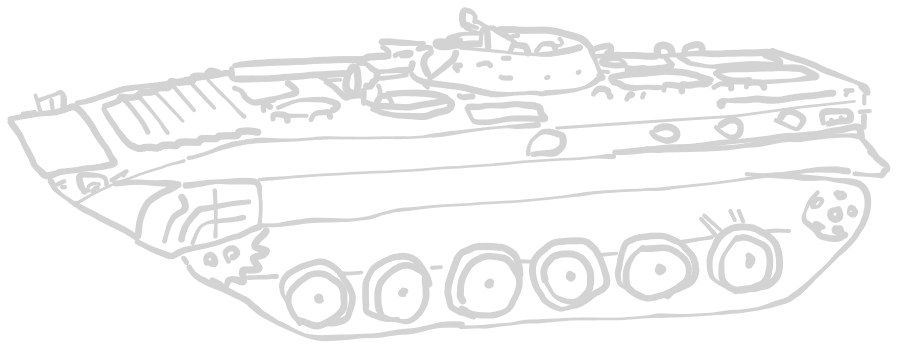
Before: factions/ressources/bmp1.excalidraw.png, a diagram exported from Excalidraw (christsven/H.E.A.T). Source tidied: one line per element, renumbered; positions are measured from the earlier drawing's top-left corner, leaving out a move shared by most shapes.
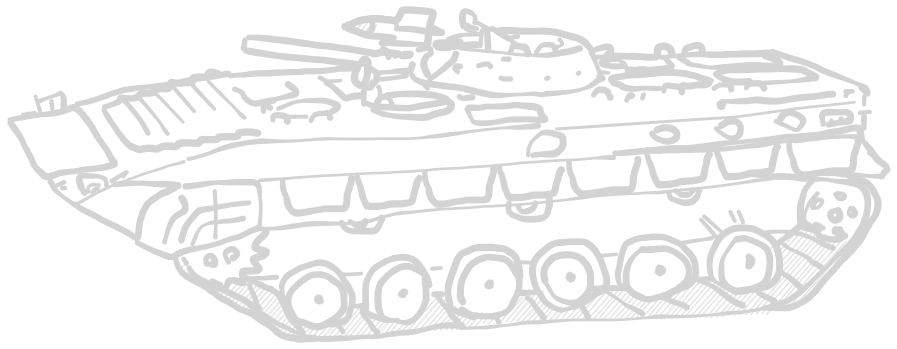
The same diagram one commit later.

What changed in the source:
```diff
@@ -27,4 +27,4 @@
 {"id": 26, "type": "freedraw", "strokeColor": "#1e1e1e", "strokeWidth": 1, "roughness": 1, "x": 385, "y": 46, "width": 16, "height": 3, "points": [[0, 0], [0, 0], [0, -1], [2, -3], [4, -3], [10, -3], [10, -3], [10, -3], [12, -3], [14, -3], [15, -3], [16, -3], [16, -3], [16, -3], [16, -3], [16, -2], [16, -2], [16, -2], [16, -2], [16, -1], [15, -1], [15, -1], [15, -1], [14, -1], [12, 0], [10, 0], [8, 0], [7, 0], [7, 0], [7, 0]]}
-{"id": 27, "type": "freedraw", "strokeColor": "#1e1e1e", "strokeWidth": 1, "roughness": 1, "x": 225, "y": 56, "width": 151, "height": 9, "points": [[0, 0], [3, -1], [10, -1], [16, -2], [23, -2], [29, -2], [35, -3], [43, -3], [50, -3], [58, -4], [69, -4], [77, -5], [83, -5], [91, -5], [98, -6], [106, -6], [115, -6], [120, -6], [124, -6], [127, -6], [128, -6], [131, -7], [135, -9], [141, -9], [146, -9], [150, -9]]}
+{"id": 27, "type": "freedraw", "strokeColor": "#1e1e1e", "angle": 0.17, "strokeWidth": 1, "roughness": 1, "x": 238, "y": 40, "width": 151, "height": 9, "points": [[0, 0], [3, -1], [10, -1], [16, -2], [23, -2], [29, -2], [35, -3], [43, -3], [50, -3], [58, -4], [69, -4], [77, -5], [83, -5], [91, -5], [98, -6], [106, -6], [115, -6], [120, -6], [124, -6], [127, -6], [128, -6], [131, -7], [135, -9], [141, -9], [146, -9], [150, -9]]}
-{"id": 28, "type": "freedraw", "strokeColor": "#1e1e1e", "strokeWidth": 1, "roughness": 1, "x": 222, "y": 59, "width": 127, "height": 27, "points": [[0, 0], [0, 4], [0, 9], [4, 10], [10, 10], [23, 10], [38, 10], [50, 9], [64, 8], [78, 7], [89, 6], [99, 5], [110, 5], [116, 4], [114, 13], [114, 18], [117, 23], [122, 25], [126, 19], [126, 10], [125, 1], [123, -2], [120, -1], [119, 1]]}
+{"id": 28, "type": "freedraw", "strokeColor": "#1e1e1e", "angle": 0.17, "strokeWidth": 1, "roughness": 1, "x": 232, "y": 40, "width": 127, "height": 27, "points": [[0, 0], [0, 4], [0, 9], [4, 10], [10, 10], [23, 10], [38, 10], [50, 9], [64, 8], [78, 7], [89, 6], [99, 5], [110, 5], [116, 4], [114, 13], [114, 18], [117, 23], [122, 25], [126, 19], [126, 10], [125, 1], [123, -2], [120, -1], [119, 1]]}
 {"id": 29, "type": "freedraw", "strokeColor": "#1e1e1e", "strokeWidth": 1, "roughness": 1, "x": 348, "y": 54, "width": 19, "height": 23, "points": [[0, 0], [8, 0], [10, 2], [11, 3], [12, 4], [13, 5], [14, 5], [15, 5], [16, 6], [17, 7], [17, 8], [18, 9], [18, 10], [19, 11], [19, 12], [19, 13], [19, 14], [18, 15], [18, 16], [17, 16], [16, 17], [14, 18], [13, 21], [13, 21], [12, 22], [11, 23], [10, 23], [8, 23]]}
@@ -109,3 +109,3 @@
 {"id": 108, "type": "freedraw", "strokeColor": "#1e1e1e", "strokeWidth": 1, "roughness": 1, "x": 154, "y": 231, "width": 21, "height": 44, "points": [[0, 0], [3, -10], [4, -14], [5, -17], [7, -20], [8, -22], [10, -24], [12, -26], [14, -28], [16, -29], [18, -29], [19, -31], [20, -31], [20, -31], [21, -31], [21, -33], [21, -35], [20, -38], [20, -39], [20, -41], [19, -42], [19, -43], [18, -43], [17, -44]]}
-{"id": 109, "type": "freedraw", "strokeColor": "#1e1e1e", "strokeWidth": 1, "roughness": 1, "x": 252, "y": 216, "width": 586, "height": 56, "points": [[0, 0], [15, 0], [27, -2], [43, -4], [59, -5], [81, -5], [105, -7], [128, -14], [149, -17], [189, -20], [224, -23], [255, -24], [291, -27], [316, -31], [343, -34], [377, -36], [398, -36], [427, -40], [459, -43], [483, -47], [505, -49], [533, -54], [547, -55], [557, -56], [566, -56], [574, -56], [578, -56], [585, -54]]}
+{"id": 109, "type": "freedraw", "strokeColor": "#1e1e1e", "strokeWidth": 1, "roughness": 1, "x": 252, "y": 218, "width": 586, "height": 56, "points": [[0, 0], [15, 0], [27, -2], [43, -4], [59, -5], [81, -5], [105, -7], [128, -14], [149, -17], [189, -20], [224, -23], [255, -24], [291, -27], [316, -31], [343, -34], [377, -36], [398, -36], [427, -40], [459, -43], [483, -47], [505, -49], [533, -54], [547, -55], [557, -56], [566, -56], [574, -56], [578, -56], [585, -54]]}
 {"id": 110, "type": "freedraw", "strokeColor": "#1e1e1e", "strokeWidth": 1, "roughness": 1, "x": 249, "y": 170, "width": 355, "height": 23, "points": [[0, 0], [3, 0], [13, -1], [27, -2], [43, -3], [56, -4], [79, -5], [100, -7], [123, -8], [141, -9], [163, -10], [182, -12], [202, -12], [217, -14], [233, -15], [245, -16], [261, -17], [273, -19], [287, -19], [301, -20], [321, -21], [336, -23], [343, -23], [346, -23], [351, -23], [355, -23]]}
@@ -165,1 +165,49 @@
 {"id": 164, "type": "freedraw", "strokeColor": "#1e1e1e", "strokeWidth": 1, "roughness": 1, "x": 308, "y": 286, "width": 6, "height": 5, "points": [[0, 0], [0, 0], [-1, 0], [-1, 1], [-1, 1], [-2, 2], [-2, 2], [-2, 2], [-2, 2], [-2, 3], [-2, 3], [-2, 3], [-1, 3], [-1, 4], [-1, 4], [-1, 4], [0, 5], [1, 5], [1, 5], [1, 5], [2, 5], [2, 5], [3, 4], [3, 4], [3, 4], [3, 4], [3, 4], [4, 4], [4, 3], [4, 3], [3, 2], [3, 2], [2, 2], [2, 2], [2, 2], [2, 2], [2, 2], [2, 1], [1, 1], [1, 1]]}
+{"id": 165, "type": "freedraw", "strokeColor": "#1e1e1e", "strokeWidth": 1, "roughness": 1, "x": 766, "y": 235, "width": 27, "height": 22, "points": [[0, 0], [1, 0], [1, -1], [2, -2], [2, -3], [3, -4], [4, -5], [5, -6], [6, -6], [6, -7], [7, -7], [8, -7], [8, -8], [9, -8], [9, -9], [10, -9], [11, -10], [13, -10], [13, -11], [13, -11], [13, -13], [15, -13], [15, -13], [17, -15], [19, -15], [20, -17], [21, -17], [22, -19], [23, -19], [24, -20], [25, -21], [26, -22], [27, -22], [27, -22]]}
+{"id": 166, "type": "freedraw", "strokeColor": "#1e1e1e", "strokeWidth": 1, "roughness": 1, "x": 804, "y": 168, "width": 14, "height": 50, "points": [[0, 0], [-1, 1], [-3, 3], [-5, 5], [-6, 6], [-7, 8], [-8, 10], [-9, 11], [-9, 13], [-10, 15], [-11, 17], [-11, 20], [-11, 22], [-13, 23], [-13, 25], [-13, 27], [-13, 29], [-13, 31], [-13, 33], [-13, 36], [-13, 38], [-13, 40], [-13, 42], [-13, 44], [-13, 45], [-12, 46], [-10, 47], [-10, 48], [-8, 49], [-6, 49], [-4, 49], [-2, 50], [0, 50], [1, 50]]}
+{"id": 167, "type": "freedraw", "strokeColor": "#1e1e1e", "strokeWidth": 1, "roughness": 1, "x": 785, "y": 222, "width": 38, "height": 15, "points": [[0, 0], [1, 0], [2, 0], [4, 1], [5, 1], [8, 1], [11, 3], [15, 5], [19, 6], [21, 7], [23, 9], [25, 9], [26, 10], [27, 11], [28, 11], [30, 12], [31, 12], [32, 13], [34, 13], [36, 14], [36, 14], [38, 14], [38, 15], [38, 15]]}
+{"id": 168, "type": "freedraw", "strokeColor": "#1e1e1e", "strokeWidth": 1, "roughness": 1, "x": 772, "y": 232, "width": 39, "height": 24, "points": [[0, 0], [1, 1], [3, 3], [7, 6], [10, 8], [13, 8], [16, 10], [18, 10], [22, 13], [24, 14], [26, 14], [26, 15], [26, 16], [28, 16], [28, 17], [29, 17], [29, 18], [30, 19], [31, 19], [32, 20], [33, 20], [34, 21], [35, 21], [36, 22], [37, 22], [37, 23], [38, 23], [39, 23], [39, 24], [39, 24]]}
+{"id": 169, "type": "freedraw", "strokeColor": "#1e1e1e", "strokeWidth": 1, "roughness": 1, "x": 770, "y": 260, "width": 20, "height": 15, "points": [[0, 0], [1, 1], [3, 2], [5, 3], [6, 4], [7, 4], [8, 5], [9, 5], [10, 6], [11, 7], [12, 8], [13, 8], [13, 9], [14, 9], [14, 10], [15, 10], [15, 11], [16, 11], [16, 13], [17, 13], [17, 13], [18, 13], [18, 15], [20, 15], [20, 15], [20, 15], [20, 15]]}
+{"id": 170, "type": "freedraw", "strokeColor": "#1e1e1e", "strokeWidth": 1, "roughness": 1, "x": 749, "y": 282, "width": 16, "height": 8, "points": [[0, 0], [1, 0], [3, 1], [3, 2], [6, 3], [7, 4], [8, 4], [9, 4], [10, 6], [11, 6], [12, 6], [13, 6], [14, 6], [14, 8], [15, 8], [15, 8], [16, 8], [16, 8]]}
+{"id": 171, "type": "freedraw", "strokeColor": "#1e1e1e", "strokeWidth": 1, "roughness": 1, "x": 685, "y": 269, "width": 17, "height": 1, "points": [[0, 0], [2, 0], [4, -1], [6, -1], [8, -1], [9, -1], [10, -1], [11, -1], [13, -1], [15, -1], [15, -1], [17, -1], [17, -1]]}
+{"id": 172, "type": "freedraw", "strokeColor": "#1e1e1e", "strokeWidth": 1, "roughness": 1, "x": 689, "y": 270, "width": 43, "height": 24, "points": [[0, 0], [1, 0], [2, 0], [3, 0], [6, 1], [8, 3], [12, 5], [15, 6], [16, 7], [17, 8], [18, 8], [19, 9], [20, 10], [21, 11], [23, 12], [24, 13], [25, 14], [26, 14], [26, 15], [27, 15], [29, 15], [29, 16], [29, 16], [29, 17], [31, 17], [31, 18], [31, 18], [33, 20], [33, 20], [35, 20], [36, 22], [37, 22], [38, 22], [38, 22], [39, 22], [40, 22], [41, 24], [42, 24], [43, 24], [43, 24], [43, 24]]}
+{"id": 173, "type": "freedraw", "strokeColor": "#1e1e1e", "strokeWidth": 1, "roughness": 1, "x": 651, "y": 286, "width": 26, "height": 11, "points": [[0, 0], [0, 1], [1, 1], [3, 2], [5, 3], [7, 3], [9, 4], [10, 5], [11, 5], [13, 6], [15, 6], [17, 7], [19, 7], [20, 8], [21, 8], [22, 8], [23, 9], [24, 9], [25, 10], [26, 10], [26, 11], [26, 11]]}
+{"id": 174, "type": "freedraw", "strokeColor": "#1e1e1e", "strokeWidth": 1, "roughness": 1, "x": 594, "y": 279, "width": 38, "height": 24, "points": [[0, 0], [1, 0], [3, 2], [7, 4], [11, 7], [15, 10], [20, 13], [22, 15], [22, 15], [24, 15], [24, 17], [26, 17], [26, 17], [29, 17], [30, 19], [32, 20], [33, 21], [34, 21], [35, 22], [36, 22], [37, 23], [38, 23], [38, 24], [38, 24]]}
+{"id": 175, "type": "freedraw", "strokeColor": "#1e1e1e", "strokeWidth": 1, "roughness": 1, "x": 618, "y": 279, "width": 34, "height": 1, "points": [[0, 0], [-1, 0], [-2, -1], [-3, -1], [-4, -1], [-5, -1], [-7, -1], [-9, -1], [-11, -1], [-13, -1], [-15, -1], [-17, -1], [-20, -1], [-21, -1], [-22, -1], [-23, -1], [-24, -1], [-25, -1], [-27, -1], [-28, -1], [-29, -1], [-30, -1], [-31, -1], [-32, -1], [-33, -1], [-34, -1], [-34, -1]]}
+{"id": 176, "type": "freedraw", "strokeColor": "#1e1e1e", "strokeWidth": 1, "roughness": 1, "x": 525, "y": 281, "width": 17, "height": 1, "points": [[0, 0], [-2, 0], [-3, 0], [-4, 0], [-6, 1], [-6, 1], [-8, 1], [-10, 1], [-10, 1], [-12, 1], [-13, 1], [-14, 1], [-15, 1], [-16, 1], [-17, 1], [-17, 1]]}
+{"id": 177, "type": "freedraw", "strokeColor": "#1e1e1e", "strokeWidth": 1, "roughness": 1, "x": 432, "y": 283, "width": 9, "height": 0, "points": [[0, 0], [-1, 0], [-3, 0], [-4, 0], [-5, 0], [-6, 0], [-7, 0], [-8, 0], [-8, 0], [-6, 0], [-6, 0], [-4, 0], [-2, 0], [-1, 0], [0, 0], [1, 0], [0, 0]]}
+{"id": 178, "type": "freedraw", "strokeColor": "#1e1e1e", "strokeWidth": 1, "roughness": 1, "x": 273, "y": 286, "width": 40, "height": 21, "points": [[0, 0], [0, -1], [-1, -1], [-2, -2], [-3, -2], [-4, -3], [-5, -3], [-6, -4], [-8, -5], [-9, -5], [-10, -6], [-11, -6], [-11, -7], [-13, -7], [-15, -8], [-17, -8], [-17, -9], [-19, -10], [-21, -10], [-22, -11], [-23, -13], [-24, -13], [-25, -13], [-26, -13], [-27, -13], [-27, -15], [-29, -15], [-31, -17], [-33, -17], [-34, -17], [-36, -17], [-36, -19], [-38, -19], [-38, -20], [-40, -20], [-40, -21], [-40, -21], [-40, -21]]}
+{"id": 179, "type": "freedraw", "strokeColor": "#1e1e1e", "strokeWidth": 1, "roughness": 1, "x": 239, "y": 274, "width": 10, "height": 24, "points": [[0, 0], [1, 1], [2, 3], [2, 5], [3, 7], [4, 9], [5, 11], [5, 12], [6, 13], [6, 14], [6, 16], [7, 20], [8, 20], [8, 22], [9, 22], [9, 24], [10, 24], [10, 24]]}
+{"id": 180, "type": "freedraw", "strokeColor": "#1e1e1e", "strokeWidth": 1, "roughness": 1, "x": 261, "y": 277, "width": 31, "height": 45, "points": [[0, 0], [1, 1], [2, 3], [4, 4], [6, 6], [8, 7], [8, 9], [10, 10], [10, 13], [12, 15], [13, 17], [14, 19], [14, 20], [15, 21], [15, 22], [16, 24], [16, 25], [17, 26], [18, 27], [18, 28], [19, 29], [19, 30], [20, 30], [20, 31], [21, 32], [22, 33], [23, 34], [24, 36], [25, 36], [26, 38], [26, 38], [27, 38], [27, 40], [29, 40], [29, 40], [29, 42], [29, 42], [31, 42], [31, 44], [31, 45], [31, 45]]}
+{"id": 181, "type": "freedraw", "strokeColor": "#1e1e1e", "strokeWidth": 1, "roughness": 1, "x": 329, "y": 313, "width": 5, "height": 8, "points": [[0, 0], [0, 1], [0, 3], [1, 4], [3, 6], [3, 8], [5, 8], [5, 8]]}
+{"id": 182, "type": "freedraw", "strokeColor": "#1e1e1e", "strokeWidth": 1, "roughness": 1, "x": 346, "y": 295, "width": 7, "height": 1, "points": [[0, 0], [1, 0], [2, 0], [3, 0], [4, 0], [5, 0], [6, 0], [7, -1], [7, -1]]}
+{"id": 183, "type": "freedraw", "strokeColor": "#1e1e1e", "strokeWidth": 1, "roughness": 1, "x": 352, "y": 296, "width": 16, "height": 26, "points": [[0, 0], [0, 1], [-1, 1], [-1, 2], [-1, 3], [-1, 5], [0, 7], [2, 10], [5, 13], [7, 15], [7, 15], [8, 17], [8, 17], [9, 19], [10, 21], [11, 22], [13, 23], [13, 24], [13, 24], [13, 25], [15, 26], [15, 26], [15, 26]]}
+{"id": 184, "type": "freedraw", "strokeColor": "#1e1e1e", "strokeWidth": 1, "roughness": 1, "x": 398, "y": 311, "width": 3, "height": 4, "points": [[0, 0], [0, 1], [1, 2], [2, 3], [2, 4], [3, 4], [0, 0]]}
+{"id": 185, "type": "freedraw", "strokeColor": "#1e1e1e", "strokeWidth": 1, "roughness": 1, "x": 428, "y": 287, "width": 20, "height": 24, "points": [[0, 0], [1, 1], [2, 3], [3, 3], [4, 6], [6, 8], [8, 10], [10, 11], [10, 13], [12, 14], [12, 16], [13, 17], [14, 18], [15, 18], [15, 20], [16, 20], [17, 22], [18, 22], [19, 24], [20, 24], [20, 24]]}
+{"id": 186, "type": "freedraw", "strokeColor": "#1e1e1e", "strokeWidth": 1, "roughness": 1, "x": 484, "y": 304, "width": 5, "height": 7, "points": [[0, 0], [1, 0], [2, 1], [2, 2], [3, 3], [3, 4], [4, 4], [4, 5], [5, 6], [5, 7], [5, 7]]}
+{"id": 187, "type": "freedraw", "strokeColor": "#1e1e1e", "strokeWidth": 1, "roughness": 1, "x": 517, "y": 287, "width": 17, "height": 20, "points": [[0, 0], [1, 0], [2, 1], [3, 1], [4, 3], [5, 3], [6, 6], [7, 8], [8, 9], [9, 11], [10, 12], [11, 13], [13, 14], [13, 15], [13, 16], [15, 17], [15, 18], [15, 20], [17, 20], [17, 20]]}
+{"id": 188, "type": "freedraw", "strokeColor": "#1e1e1e", "strokeWidth": 1, "roughness": 1, "x": 570, "y": 291, "width": 8, "height": 15, "points": [[0, 0], [1, 1], [1, 1], [1, 3], [1, 3], [2, 5], [2, 6], [3, 7], [3, 8], [4, 9], [4, 10], [6, 10], [6, 11], [6, 11], [6, 12], [6, 13], [8, 13], [8, 14], [8, 15], [8, 15]]}
+{"id": 189, "type": "freedraw", "strokeColor": "#1e1e1e", "strokeWidth": 1, "roughness": 1, "x": 165, "y": 247, "width": 140, "height": 81, "points": [[0, 0], [1, 5], [5, 11], [9, 17], [16, 21], [26, 26], [32, 29], [37, 34], [44, 38], [53, 44], [61, 48], [66, 52], [73, 54], [78, 57], [82, 60], [88, 63], [94, 66], [98, 69], [101, 73], [107, 77], [113, 79], [120, 80], [126, 81], [132, 80], [138, 80]]}
+{"id": 190, "type": "freedraw", "strokeColor": "#1e1e1e", "strokeWidth": 1, "roughness": 1, "x": 755, "y": 297, "width": 113, "height": 131, "points": [[0, 0], [7, 0], [17, 0], [24, -1], [31, -3], [38, -6], [46, -12], [52, -19], [58, -28], [63, -33], [69, -39], [75, -46], [80, -50], [85, -56], [91, -63], [95, -69], [100, -77], [104, -85], [108, -90], [111, -96], [113, -102], [112, -111], [108, -117], [105, -122], [99, -127], [93, -129], [86, -131]]}
+{"id": 191, "type": "freedraw", "strokeColor": "#1e1e1e", "strokeWidth": 1, "roughness": 1, "x": 509, "y": 195, "width": 17, "height": 8, "points": [[0, 0], [-1, 1], [-1, 2], [0, 2], [0, 3], [1, 4], [2, 4], [2, 6], [3, 6], [5, 6], [6, 6], [7, 6], [8, 6], [9, 6], [10, 5], [12, 5], [13, 5], [13, 3], [14, 3], [15, 2], [15, 1], [17, 1], [17, 0], [17, -2], [17, -2], [17, -2]]}
+{"id": 192, "type": "freedraw", "strokeColor": "#1e1e1e", "strokeWidth": 1, "roughness": 1, "x": 666, "y": 180, "width": 17, "height": 5, "points": [[0, 0], [0, 2], [2, 2], [2, 2], [2, 2], [4, 2], [4, 4], [5, 4], [6, 4], [7, 4], [9, 4], [9, 4], [11, 4], [12, 4], [13, 4], [14, 3], [16, 3], [16, 2], [16, 1], [17, -1], [17, -1]]}
+{"id": 193, "type": "freedraw", "strokeColor": "#1e1e1e", "strokeWidth": 1, "roughness": 1, "x": 340, "y": 211, "width": 15, "height": 6, "points": [[0, 0], [0, 2], [1, 2], [2, 2], [3, 2], [5, 2], [5, 4], [6, 4], [7, 4], [8, 5], [9, 5], [10, 5], [12, 5], [13, 5], [13, 4], [14, 4], [14, 3], [15, 2], [15, 1], [15, -1], [15, -1]]}
+{"id": 194, "type": "freedraw", "strokeColor": "#1e1e1e", "strokeWidth": 1, "roughness": 1, "x": 332, "y": 212, "width": 40, "height": 13, "points": [[0, 0], [0, 2], [2, 4], [4, 6], [6, 8], [9, 8], [9, 9], [12, 9], [14, 9], [17, 9], [19, 9], [21, 9], [24, 9], [26, 9], [30, 9], [32, 9], [35, 8], [36, 7], [37, 5], [38, 3], [38, 1], [40, 0], [40, -2], [40, -5]]}
+{"id": 195, "type": "freedraw", "strokeColor": "#1e1e1e", "strokeWidth": 1, "roughness": 1, "x": 499, "y": 193, "width": 41, "height": 21, "points": [[0, 0], [-1, 1], [-1, 3], [-1, 6], [-1, 8], [1, 10], [3, 11], [7, 13], [9, 13], [12, 15], [14, 15], [17, 16], [19, 16], [22, 16], [25, 16], [27, 16], [31, 15], [34, 14], [36, 13], [38, 10], [39, 8], [39, 6], [40, 5], [40, 2], [40, 0], [40, -2], [40, -5]]}
+{"id": 196, "type": "freedraw", "strokeColor": "#1e1e1e", "strokeWidth": 1, "roughness": 1, "x": 659, "y": 181, "width": 31, "height": 13, "points": [[0, 0], [-1, 0], [-1, 1], [-1, 2], [0, 3], [2, 5], [2, 6], [2, 7], [4, 7], [5, 7], [6, 7], [6, 8], [7, 8], [9, 8], [9, 8], [11, 9], [12, 9], [13, 9], [13, 10], [14, 10], [16, 10], [17, 10], [18, 10], [19, 10], [21, 10], [21, 10], [21, 9], [23, 9], [24, 9], [24, 9], [25, 9], [25, 7], [26, 7], [26, 6], [28, 6], [28, 5], [28, 5], [28, 4], [28, 2], [30, 2], [30, 2], [30, 0], [30, -1], [30, -2], [30, -2]]}
+{"id": 197, "type": "freedraw", "strokeColor": "#1e1e1e", "strokeWidth": 1, "roughness": 1, "x": 273, "y": 170, "width": 69, "height": 35, "points": [[0, 0], [0, 4], [0, 10], [2, 13], [3, 15], [4, 18], [5, 22], [6, 26], [8, 28], [10, 31], [12, 32], [18, 32], [28, 30], [37, 29], [41, 28], [47, 28], [53, 28], [57, 28], [61, 28], [63, 25], [64, 18], [65, 14], [66, 9], [67, 6], [68, 3], [69, 0]]}
+{"id": 198, "type": "freedraw", "strokeColor": "#1e1e1e", "strokeWidth": 1, "roughness": 1, "x": 347, "y": 165, "width": 62, "height": 31, "points": [[0, 0], [0, 3], [2, 8], [3, 12], [5, 17], [6, 22], [7, 25], [9, 28], [9, 31], [14, 31], [19, 31], [25, 30], [29, 30], [33, 28], [38, 28], [44, 28], [50, 28], [54, 28], [55, 26], [56, 22], [58, 16], [58, 13], [59, 10], [60, 7], [61, 4]]}
+{"id": 199, "type": "freedraw", "strokeColor": "#1e1e1e", "strokeWidth": 1, "roughness": 1, "x": 415, "y": 161, "width": 69, "height": 35, "points": [[0, 0], [0, 4], [0, 10], [2, 13], [3, 15], [4, 18], [5, 22], [6, 26], [8, 28], [10, 31], [12, 32], [18, 32], [28, 30], [37, 29], [41, 28], [47, 28], [53, 28], [57, 28], [61, 28], [63, 25], [64, 18], [65, 14], [66, 9], [67, 6], [68, 3], [69, 0]]}
+{"id": 200, "type": "freedraw", "strokeColor": "#1e1e1e", "strokeWidth": 1, "roughness": 1, "x": 489, "y": 156, "width": 62, "height": 31, "points": [[0, 0], [0, 3], [2, 8], [3, 12], [5, 17], [6, 22], [7, 25], [9, 28], [9, 31], [14, 31], [19, 31], [25, 30], [29, 30], [33, 28], [38, 28], [44, 28], [50, 28], [54, 28], [55, 26], [56, 22], [58, 16], [58, 13], [59, 10], [60, 7], [61, 4]]}
+{"id": 201, "type": "freedraw", "strokeColor": "#1e1e1e", "strokeWidth": 1, "roughness": 1, "x": 559, "y": 151, "width": 69, "height": 35, "points": [[0, 0], [0, 4], [0, 10], [2, 13], [3, 15], [4, 18], [5, 22], [6, 26], [8, 28], [10, 31], [12, 32], [18, 32], [28, 30], [37, 29], [41, 28], [47, 28], [53, 28], [57, 28], [61, 28], [63, 25], [64, 18], [65, 14], [66, 9], [67, 6], [68, 3], [69, 0]]}
+{"id": 202, "type": "freedraw", "strokeColor": "#1e1e1e", "angle": 6.24, "strokeWidth": 1, "roughness": 1, "x": 638, "y": 142, "width": 62, "height": 31, "points": [[0, 0], [0, 3], [2, 8], [3, 12], [5, 17], [6, 22], [7, 25], [9, 28], [9, 31], [14, 31], [19, 31], [25, 30], [29, 30], [33, 28], [38, 28], [44, 28], [50, 28], [54, 28], [55, 26], [56, 22], [58, 16], [58, 13], [59, 10], [60, 7], [61, 4]]}
+{"id": 203, "type": "freedraw", "strokeColor": "#1e1e1e", "angle": 6.24, "strokeWidth": 1, "roughness": 1, "x": 706, "y": 134, "width": 62, "height": 31, "points": [[0, 0], [0, 3], [2, 8], [3, 12], [5, 17], [6, 22], [7, 25], [9, 28], [9, 31], [14, 31], [19, 31], [25, 30], [29, 30], [33, 28], [38, 28], [44, 28], [50, 28], [54, 28], [55, 26], [56, 22], [58, 16], [58, 13], [59, 10], [60, 7], [61, 4]]}
+{"id": 204, "type": "freedraw", "strokeColor": "#1e1e1e", "strokeWidth": 1, "roughness": 1, "x": 779, "y": 132, "width": 69, "height": 35, "points": [[0, 0], [0, 4], [0, 10], [2, 13], [3, 15], [4, 18], [5, 22], [6, 26], [8, 28], [10, 31], [12, 32], [18, 32], [28, 30], [37, 29], [41, 28], [47, 28], [53, 28], [57, 28], [61, 28], [63, 25], [64, 18], [65, 14], [66, 9], [67, 6], [68, 3], [69, 0]]}
+{"id": 205, "type": "freedraw", "strokeColor": "#1e1e1e", "strokeWidth": 1, "roughness": 1, "x": 384, "y": 27, "width": 88, "height": 34, "points": [[0, 0], [-6, -1], [-15, -1], [-23, -2], [-29, -3], [-35, -5], [-41, -7], [-47, -10], [-47, -12], [-41, -14], [-37, -16], [-32, -18], [-25, -18], [-19, -19], [-11, -19], [-3, -18], [2, -17], [7, -26], [15, -28], [25, -27], [33, -26], [38, -26], [37, -19], [36, -10], [34, -4], [34, 2]]}
+{"id": 206, "type": "freedraw", "strokeColor": "#1e1e1e", "strokeWidth": 1, "roughness": 1, "x": 386, "y": 18, "width": 46, "height": 5, "points": [[0, 0], [1, 0], [3, 0], [5, 0], [7, 0], [9, 0], [12, 0], [15, 0], [17, 1], [19, 1], [21, 1], [23, 1], [25, 2], [27, 2], [29, 3], [32, 3], [35, 3], [36, 3], [38, 3], [39, 3], [40, 4], [43, 4], [45, 4], [45, 3], [42, 2], [40, 1], [39, 1], [38, 0], [37, 0], [37, -1], [36, -1], [35, -1], [35, -1]]}
+{"id": 207, "type": "freedraw", "strokeColor": "#1e1e1e", "strokeWidth": 1, "roughness": 1, "x": 386, "y": 13, "width": 1, "height": 3, "points": [[0, 0], [0, 0], [0, 1], [0, 1], [0, 2], [0, 2], [1, 3], [1, 3], [1, 3]]}
+{"id": 208, "type": "freedraw", "strokeColor": "#1e1e1e", "strokeWidth": 1, "roughness": 1, "x": 361, "y": 9, "width": 3, "height": 13, "points": [[0, 0], [0, 0], [0, 1], [0, 1], [1, 2], [1, 3], [1, 4], [2, 4], [2, 5], [2, 6], [2, 6], [2, 7], [2, 7], [2, 8], [2, 8], [1, 8], [1, 9], [1, 9], [1, 10], [1, 10], [0, 10], [0, 11], [0, 11], [0, 12], [-1, 12], [-2, 13], [-2, 13]]}
+{"id": 209, "type": "freedraw", "strokeColor": "transparent", "backgroundColor": "#1e1e1e", "fillStyle": "hachure", "strokeWidth": 1, "roughness": 1, "x": 174, "y": 250, "width": 670, "height": 112, "points": [[0, 0], [51, 21], [99, 44], [141, 65], [190, 52], [242, 46], [308, 52], [360, 38], [414, 30], [454, 36], [508, 20], [576, 30], [593, -17], [641, -25], [654, 4], [609, 43], [540, 55], [470, 56], [401, 57], [327, 60], [257, 68], [186, 75], [126, 75], [61, 50], [-4, 9]]}
+{"id": 210, "type": "freedraw", "strokeColor": "transparent", "backgroundColor": "#1e1e1e", "fillStyle": "hachure", "strokeWidth": 1, "roughness": 1, "x": 342, "y": 11, "width": 23, "height": 17, "points": [[0, 0], [2, -1], [6, -2], [11, -3], [13, -3], [16, -3], [17, -3], [21, -3], [22, -3], [23, -3], [23, 0], [23, 1], [23, 4], [23, 6], [22, 8], [22, 10], [21, 11], [19, 14], [18, 14], [14, 13], [4, 9], [3, 7], [3, 6], [1, 4]]}
+{"id": 211, "type": "freedraw", "strokeColor": "transparent", "backgroundColor": "#1e1e1e", "fillStyle": "hachure", "strokeWidth": 1, "roughness": 1, "x": 294, "y": 53, "width": 0, "height": 0, "points": [[0, 0], [0, 0]]}
+{"id": 212, "type": "freedraw", "strokeColor": "#1e1e1e", "backgroundColor": "#1e1e1e", "fillStyle": "hachure", "strokeWidth": 1, "roughness": 1, "x": 221, "y": 65, "width": 120, "height": 8, "points": [[0, 0], [4, -1], [11, -1], [15, -1], [19, -2], [22, -2], [26, -3], [31, -3], [36, -3], [42, -3], [47, -3], [54, -3], [59, -4], [67, -4], [70, -4], [77, -5], [82, -5], [88, -5], [93, -5], [101, -6], [106, -6], [108, -7], [110, -7], [113, -7], [115, -8], [117, -8], [119, -8]]}
```
